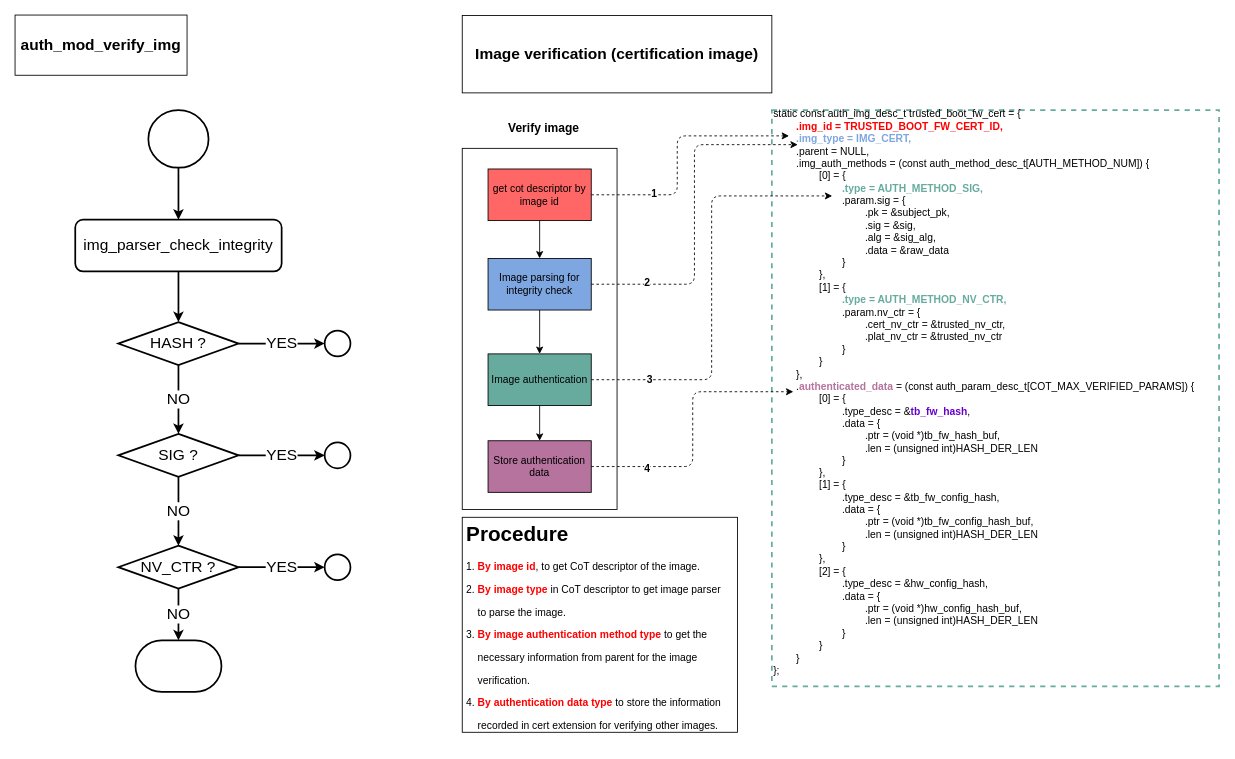
Above: page "auth_mod_verify_img" (1 of 7) of mbedx509_parser.drawio in daichin/secureboot (draw.io), before the change. Source tidied: cells renumbered, new cells numbered last; positions are measured from the earlier drawing's top-left corner, leaving out a move shared by most shapes. Both pictures are drawn from the tidied source at 86%, with x=0, y=0 at pixel (15, 15).
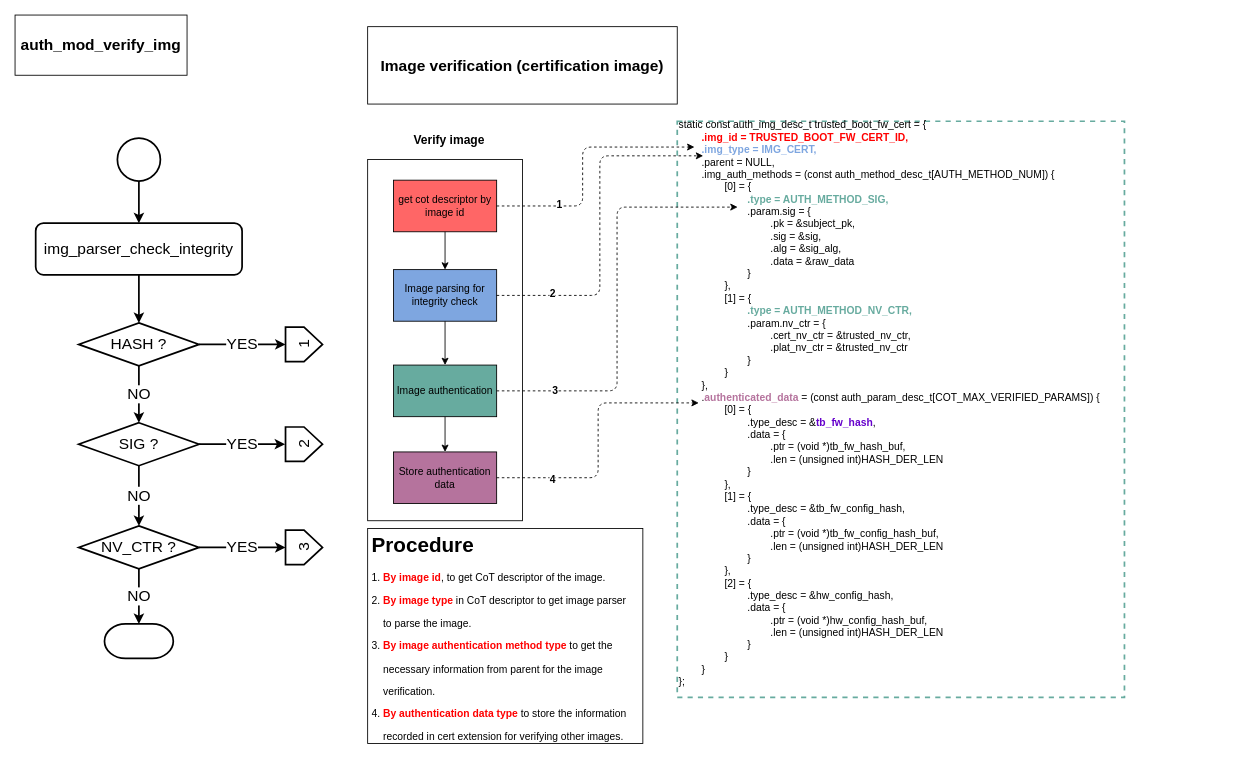
The same diagram, later.

Unchanged cells that the change refers to:
```xml
<mxCell id="23" value="get cot descriptor by image id" style="rounded=0;whiteSpace=wrap;html=1;strokeColor=#000000;align=center;fillColor=#FF6666;" parent="21" vertex="1">
  <mxGeometry x="30" y="24" width="120" height="60" as="geometry" />
</mxCell>
```

Diff of the diagram source:
```diff
@@
     <mxCell id="3" value="img_parser_check_integrity" style="rounded=1;whiteSpace=wrap;html=1;fontSize=18;strokeWidth=2;" parent="1" vertex="1">
-      <mxGeometry x="70" y="238" width="240" height="60" as="geometry" />
+      <mxGeometry x="24" y="242" width="240" height="60" as="geometry" />
     </mxCell>
@@
-    <mxCell id="6" value="YES" style="edgeStyle=orthogonalEdgeStyle;rounded=0;jettySize=auto;html=1;strokeWidth=2;fontStyle=0;fontSize=18;" parent="1" edge="1" source="7" target="15">
+    <mxCell id="6" value="YES" style="edgeStyle=orthogonalEdgeStyle;rounded=0;jettySize=auto;html=1;strokeWidth=2;fontStyle=0;fontSize=18;entryX=0.5;entryY=0;entryDx=0;entryDy=0;" parent="1" edge="1" source="7" target="43">
       <mxGeometry relative="1" as="geometry" />
     </mxCell>
     <mxCell id="7" value="HASH ?" style="strokeWidth=2;html=1;shape=mxgraph.flowchart.decision;whiteSpace=wrap;fontSize=18;" parent="1" vertex="1">
-      <mxGeometry x="120" y="357" width="140" height="50" as="geometry" />
+      <mxGeometry x="74" y="358" width="140" height="50" as="geometry" />
     </mxCell>
@@
-    <mxCell id="9" value="YES" style="edgeStyle=orthogonalEdgeStyle;rounded=0;jettySize=auto;html=1;strokeWidth=2;fontStyle=0;fontSize=18;" parent="1" edge="1" source="10" target="16">
-      <mxGeometry relative="1" as="geometry" />
+    <mxCell id="9" value="YES" style="edgeStyle=orthogonalEdgeStyle;rounded=0;jettySize=auto;html=1;strokeWidth=2;fontStyle=0;fontSize=18;" parent="1" edge="1" source="10">
+      <mxGeometry relative="1" as="geometry">
+        <mxPoint x="314" y="499" as="targetPoint" />
+      </mxGeometry>
     </mxCell>
     <mxCell id="10" value="SIG ?" style="strokeWidth=2;html=1;shape=mxgraph.flowchart.decision;whiteSpace=wrap;fontSize=18;" parent="1" vertex="1">
-      <mxGeometry x="120" y="487" width="140" height="50" as="geometry" />
+      <mxGeometry x="74" y="474" width="140" height="50" as="geometry" />
     </mxCell>
@@
-    <mxCell id="12" value="YES" style="edgeStyle=orthogonalEdgeStyle;rounded=0;jettySize=auto;html=1;strokeWidth=2;fontStyle=0;fontSize=18;" parent="1" edge="1" source="13" target="17">
+    <mxCell id="12" value="YES" style="edgeStyle=orthogonalEdgeStyle;rounded=0;jettySize=auto;html=1;strokeWidth=2;fontStyle=0;fontSize=18;entryX=0.5;entryY=0;entryDx=0;entryDy=0;" parent="1" edge="1" source="13" target="45">
       <mxGeometry relative="1" as="geometry" />
     </mxCell>
     <mxCell id="13" value="NV_CTR ?" style="strokeWidth=2;html=1;shape=mxgraph.flowchart.decision;whiteSpace=wrap;fontSize=18;" parent="1" vertex="1">
-      <mxGeometry x="120" y="617" width="140" height="50" as="geometry" />
+      <mxGeometry x="74" y="594" width="140" height="50" as="geometry" />
     </mxCell>
     <mxCell id="14" style="strokeWidth=2;html=1;shape=mxgraph.flowchart.terminator;whiteSpace=wrap;" parent="1" vertex="1">
-      <mxGeometry x="140" y="727" width="100" height="60" as="geometry" />
+      <mxGeometry x="104" y="708" width="80" height="40" as="geometry" />
     </mxCell>
-    <mxCell id="15" style="verticalLabelPosition=bottom;verticalAlign=top;html=1;strokeWidth=2;shape=mxgraph.flowchart.on-page_reference;" parent="1" vertex="1">
-      <mxGeometry x="360" y="367" width="30" height="30" as="geometry" />
-    </mxCell>
-    <mxCell id="16" style="verticalLabelPosition=bottom;verticalAlign=top;html=1;strokeWidth=2;shape=mxgraph.flowchart.on-page_reference;" parent="1" vertex="1">
-      <mxGeometry x="360" y="497" width="30" height="30" as="geometry" />
-    </mxCell>
-    <mxCell id="17" style="verticalLabelPosition=bottom;verticalAlign=top;html=1;strokeWidth=2;shape=mxgraph.flowchart.on-page_reference;" parent="1" vertex="1">
-      <mxGeometry x="360" y="627" width="30" height="30" as="geometry" />
-    </mxCell>
@@
     <mxCell id="19" value="&lt;div&gt;&lt;div&gt;static const auth_img_desc_t trusted_boot_fw_cert = {&lt;/div&gt;&lt;div&gt;&lt;font color=&quot;#ff0000&quot;&gt;&lt;b&gt;&amp;nbsp; &amp;nbsp; &amp;nbsp; &amp;nbsp; .img_id = TRUSTED_BOOT_FW_CERT_ID,&amp;nbsp;&lt;/b&gt;&lt;/font&gt;&lt;/div&gt;&lt;div&gt;&lt;font color=&quot;#7ea6e0&quot;&gt;&lt;b&gt;&amp;nbsp; &amp;nbsp; &amp;nbsp; &amp;nbsp; .img_type = IMG_CERT,&lt;/b&gt;&lt;/font&gt;&lt;/div&gt;&lt;div&gt;&amp;nbsp; &amp;nbsp; &amp;nbsp; &amp;nbsp; .parent = NULL,&lt;/div&gt;&lt;div&gt;&amp;nbsp; &amp;nbsp; &amp;nbsp; &amp;nbsp; .img_auth_methods = (const auth_method_desc_t[AUTH_METHOD_NUM]) {&lt;/div&gt;&lt;div&gt;&amp;nbsp; &amp;nbsp; &amp;nbsp; &amp;nbsp; &amp;nbsp; &amp;nbsp; &amp;nbsp; &amp;nbsp; [0] = {&lt;/div&gt;&lt;div&gt;&lt;font color=&quot;#67ab9f&quot;&gt;&lt;b&gt;&amp;nbsp; &amp;nbsp; &amp;nbsp; &amp;nbsp; &amp;nbsp; &amp;nbsp; &amp;nbsp; &amp;nbsp; &amp;nbsp; &amp;nbsp; &amp;nbsp; &amp;nbsp; .type = AUTH_METHOD_SIG,&lt;/b&gt;&lt;/font&gt;&lt;/div&gt;&lt;div&gt;&amp;nbsp; &amp;nbsp; &amp;nbsp; &amp;nbsp; &amp;nbsp; &amp;nbsp; &amp;nbsp; &amp;nbsp; &amp;nbsp; &amp;nbsp; &amp;nbsp; &amp;nbsp; .param.sig = {&lt;/div&gt;&lt;div&gt;&amp;nbsp; &amp;nbsp; &amp;nbsp; &amp;nbsp; &amp;nbsp; &amp;nbsp; &amp;nbsp; &amp;nbsp; &amp;nbsp; &amp;nbsp; &amp;nbsp; &amp;nbsp; &amp;nbsp; &amp;nbsp; &amp;nbsp; &amp;nbsp; .pk = &amp;amp;subject_pk,&lt;/div&gt;&lt;div&gt;&amp;nbsp; &amp;nbsp; &amp;nbsp; &amp;nbsp; &amp;nbsp; &amp;nbsp; &amp;nbsp; &amp;nbsp; &amp;nbsp; &amp;nbsp; &amp;nbsp; &amp;nbsp; &amp;nbsp; &amp;nbsp; &amp;nbsp; &amp;nbsp; .sig = &amp;amp;sig,&lt;/div&gt;&lt;div&gt;&amp;nbsp; &amp;nbsp; &amp;nbsp; &amp;nbsp; &amp;nbsp; &amp;nbsp; &amp;nbsp; &amp;nbsp; &amp;nbsp; &amp;nbsp; &amp;nbsp; &amp;nbsp; &amp;nbsp; &amp;nbsp; &amp;nbsp; &amp;nbsp; .alg = &amp;amp;sig_alg,&lt;/div&gt;&lt;div&gt;&amp;nbsp; &amp;nbsp; &amp;nbsp; &amp;nbsp; &amp;nbsp; &amp;nbsp; &amp;nbsp; &amp;nbsp; &amp;nbsp; &amp;nbsp; &amp;nbsp; &amp;nbsp; &amp;nbsp; &amp;nbsp; &amp;nbsp; &amp;nbsp; .data = &amp;amp;raw_data&lt;/div&gt;&lt;div&gt;&amp;nbsp; &amp;nbsp; &amp;nbsp; &amp;nbsp; &amp;nbsp; &amp;nbsp; &amp;nbsp; &amp;nbsp; &amp;nbsp; &amp;nbsp; &amp;nbsp; &amp;nbsp; }&lt;/div&gt;&lt;div&gt;&amp;nbsp; &amp;nbsp; &amp;nbsp; &amp;nbsp; &amp;nbsp; &amp;nbsp; &amp;nbsp; &amp;nbsp; },&lt;/div&gt;&lt;div&gt;&amp;nbsp; &amp;nbsp; &amp;nbsp; &amp;nbsp; &amp;nbsp; &amp;nbsp; &amp;nbsp; &amp;nbsp; [1] = {&lt;/div&gt;&lt;div&gt;&lt;font color=&quot;#67ab9f&quot;&gt;&lt;b&gt;&amp;nbsp; &amp;nbsp; &amp;nbsp; &amp;nbsp; &amp;nbsp; &amp;nbsp; &amp;nbsp; &amp;nbsp; &amp;nbsp; &amp;nbsp; &amp;nbsp; &amp;nbsp; .type = AUTH_METHOD_NV_CTR,&lt;/b&gt;&lt;/font&gt;&lt;/div&gt;&lt;div&gt;&amp;nbsp; &amp;nbsp; &amp;nbsp; &amp;nbsp; &amp;nbsp; &amp;nbsp; &amp;nbsp; &amp;nbsp; &amp;nbsp; &amp;nbsp; &amp;nbsp; &amp;nbsp; .param.nv_ctr = {&lt;/div&gt;&lt;div&gt;&amp;nbsp; &amp;nbsp; &amp;nbsp; &amp;nbsp; &amp;nbsp; &amp;nbsp; &amp;nbsp; &amp;nbsp; &amp;nbsp; &amp;nbsp; &amp;nbsp; &amp;nbsp; &amp;nbsp; &amp;nbsp; &amp;nbsp; &amp;nbsp; .cert_nv_ctr = &amp;amp;trusted_nv_ctr,&lt;/div&gt;&lt;div&gt;&amp;nbsp; &amp;nbsp; &amp;nbsp; &amp;nbsp; &amp;nbsp; &amp;nbsp; &amp;nbsp; &amp;nbsp; &amp;nbsp; &amp;nbsp; &amp;nbsp; &amp;nbsp; &amp;nbsp; &amp;nbsp; &amp;nbsp; &amp;nbsp; .plat_nv_ctr = &amp;amp;trusted_nv_ctr&lt;/div&gt;&lt;div&gt;&amp;nbsp; &amp;nbsp; &amp;nbsp; &amp;nbsp; &amp;nbsp; &amp;nbsp; &amp;nbsp; &amp;nbsp; &amp;nbsp; &amp;nbsp; &amp;nbsp; &amp;nbsp; }&lt;/div&gt;&lt;div&gt;&amp;nbsp; &amp;nbsp; &amp;nbsp; &amp;nbsp; &amp;nbsp; &amp;nbsp; &amp;nbsp; &amp;nbsp; }&lt;/div&gt;&lt;div&gt;&amp;nbsp; &amp;nbsp; &amp;nbsp; &amp;nbsp; },&lt;/div&gt;&lt;div&gt;&amp;nbsp; &amp;nbsp; &amp;nbsp; &amp;nbsp; .&lt;font color=&quot;#b5739d&quot;&gt;&lt;b&gt;authenticated_data &lt;/b&gt;&lt;/font&gt;= (const auth_param_desc_t[COT_MAX_VERIFIED_PARAMS]) {&lt;/div&gt;&lt;div&gt;&amp;nbsp; &amp;nbsp; &amp;nbsp; &amp;nbsp; &amp;nbsp; &amp;nbsp; &amp;nbsp; &amp;nbsp; [0] = {&lt;/div&gt;&lt;div&gt;&amp;nbsp; &amp;nbsp; &amp;nbsp; &amp;nbsp; &amp;nbsp; &amp;nbsp; &amp;nbsp; &amp;nbsp; &amp;nbsp; &amp;nbsp; &amp;nbsp; &amp;nbsp; .type_desc = &amp;amp;&lt;font color=&quot;#6600cc&quot;&gt;&lt;b&gt;tb_fw_hash&lt;/b&gt;&lt;/font&gt;,&lt;/div&gt;&lt;div&gt;&amp;nbsp; &amp;nbsp; &amp;nbsp; &amp;nbsp; &amp;nbsp; &amp;nbsp; &amp;nbsp; &amp;nbsp; &amp;nbsp; &amp;nbsp; &amp;nbsp; &amp;nbsp; .data = {&lt;/div&gt;&lt;div&gt;&amp;nbsp; &amp;nbsp; &amp;nbsp; &amp;nbsp; &amp;nbsp; &amp;nbsp; &amp;nbsp; &amp;nbsp; &amp;nbsp; &amp;nbsp; &amp;nbsp; &amp;nbsp; &amp;nbsp; &amp;nbsp; &amp;nbsp; &amp;nbsp; .ptr = (void *)tb_fw_hash_buf,&lt;/div&gt;&lt;div&gt;&amp;nbsp; &amp;nbsp; &amp;nbsp; &amp;nbsp; &amp;nbsp; &amp;nbsp; &amp;nbsp; &amp;nbsp; &amp;nbsp; &amp;nbsp; &amp;nbsp; &amp;nbsp; &amp;nbsp; &amp;nbsp; &amp;nbsp; &amp;nbsp; .len = (unsigned int)HASH_DER_LEN&lt;/div&gt;&lt;div&gt;&amp;nbsp; &amp;nbsp; &amp;nbsp; &amp;nbsp; &amp;nbsp; &amp;nbsp; &amp;nbsp; &amp;nbsp; &amp;nbsp; &amp;nbsp; &amp;nbsp; &amp;nbsp; }&lt;/div&gt;&lt;div&gt;&amp;nbsp; &amp;nbsp; &amp;nbsp; &amp;nbsp; &amp;nbsp; &amp;nbsp; &amp;nbsp; &amp;nbsp; },&lt;/div&gt;&lt;div&gt;&amp;nbsp; &amp;nbsp; &amp;nbsp; &amp;nbsp; &amp;nbsp; &amp;nbsp; &amp;nbsp; &amp;nbsp; [1] = {&lt;/div&gt;&lt;div&gt;&amp;nbsp; &amp;nbsp; &amp;nbsp; &amp;nbsp; &amp;nbsp; &amp;nbsp; &amp;nbsp; &amp;nbsp; &amp;nbsp; &amp;nbsp; &amp;nbsp; &amp;nbsp; .type_desc = &amp;amp;tb_fw_config_hash,&lt;/div&gt;&lt;div&gt;&amp;nbsp; &amp;nbsp; &amp;nbsp; &amp;nbsp; &amp;nbsp; &amp;nbsp; &amp;nbsp; &amp;nbsp; &amp;nbsp; &amp;nbsp; &amp;nbsp; &amp;nbsp; .data = {&lt;/div&gt;&lt;div&gt;&amp;nbsp; &amp;nbsp; &amp;nbsp; &amp;nbsp; &amp;nbsp; &amp;nbsp; &amp;nbsp; &amp;nbsp; &amp;nbsp; &amp;nbsp; &amp;nbsp; &amp;nbsp; &amp;nbsp; &amp;nbsp; &amp;nbsp; &amp;nbsp; .ptr = (void *)tb_fw_config_hash_buf,&lt;/div&gt;&lt;div&gt;&amp;nbsp; &amp;nbsp; &amp;nbsp; &amp;nbsp; &amp;nbsp; &amp;nbsp; &amp;nbsp; &amp;nbsp; &amp;nbsp; &amp;nbsp; &amp;nbsp; &amp;nbsp; &amp;nbsp; &amp;nbsp; &amp;nbsp; &amp;nbsp; .len = (unsigned int)HASH_DER_LEN&lt;/div&gt;&lt;div&gt;&amp;nbsp; &amp;nbsp; &amp;nbsp; &amp;nbsp; &amp;nbsp; &amp;nbsp; &amp;nbsp; &amp;nbsp; &amp;nbsp; &amp;nbsp; &amp;nbsp; &amp;nbsp; }&lt;/div&gt;&lt;div&gt;&amp;nbsp; &amp;nbsp; &amp;nbsp; &amp;nbsp; &amp;nbsp; &amp;nbsp; &amp;nbsp; &amp;nbsp; },&lt;/div&gt;&lt;div&gt;&amp;nbsp; &amp;nbsp; &amp;nbsp; &amp;nbsp; &amp;nbsp; &amp;nbsp; &amp;nbsp; &amp;nbsp; [2] = {&lt;/div&gt;&lt;div&gt;&amp;nbsp; &amp;nbsp; &amp;nbsp; &amp;nbsp; &amp;nbsp; &amp;nbsp; &amp;nbsp; &amp;nbsp; &amp;nbsp; &amp;nbsp; &amp;nbsp; &amp;nbsp; .type_desc = &amp;amp;hw_config_hash,&lt;/div&gt;&lt;div&gt;&amp;nbsp; &amp;nbsp; &amp;nbsp; &amp;nbsp; &amp;nbsp; &amp;nbsp; &amp;nbsp; &amp;nbsp; &amp;nbsp; &amp;nbsp; &amp;nbsp; &amp;nbsp; .data = {&lt;/div&gt;&lt;div&gt;&amp;nbsp; &amp;nbsp; &amp;nbsp; &amp;nbsp; &amp;nbsp; &amp;nbsp; &amp;nbsp; &amp;nbsp; &amp;nbsp; &amp;nbsp; &amp;nbsp; &amp;nbsp; &amp;nbsp; &amp;nbsp; &amp;nbsp; &amp;nbsp; .ptr = (void *)hw_config_hash_buf,&lt;/div&gt;&lt;div&gt;&amp;nbsp; &amp;nbsp; &amp;nbsp; &amp;nbsp; &amp;nbsp; &amp;nbsp; &amp;nbsp; &amp;nbsp; &amp;nbsp; &amp;nbsp; &amp;nbsp; &amp;nbsp; &amp;nbsp; &amp;nbsp; &amp;nbsp; &amp;nbsp; .len = (unsigned int)HASH_DER_LEN&lt;/div&gt;&lt;div&gt;&amp;nbsp; &amp;nbsp; &amp;nbsp; &amp;nbsp; &amp;nbsp; &amp;nbsp; &amp;nbsp; &amp;nbsp; &amp;nbsp; &amp;nbsp; &amp;nbsp; &amp;nbsp; }&lt;/div&gt;&lt;div&gt;&amp;nbsp; &amp;nbsp; &amp;nbsp; &amp;nbsp; &amp;nbsp; &amp;nbsp; &amp;nbsp; &amp;nbsp; }&lt;/div&gt;&lt;div&gt;&amp;nbsp; &amp;nbsp; &amp;nbsp; &amp;nbsp; }&lt;/div&gt;&lt;div&gt;};&lt;/div&gt;&lt;/div&gt;&lt;div&gt;&lt;br&gt;&lt;/div&gt;" style="rounded=0;whiteSpace=wrap;html=1;align=left;dashed=1;strokeColor=#67AB9F;strokeWidth=2;" parent="1" vertex="1">
-      <mxGeometry x="880" y="110.5" width="520" height="670" as="geometry" />
+      <mxGeometry x="770" y="123.5" width="520" height="670" as="geometry" />
     </mxCell>
     <mxCell id="20" value="Image verification (certification image)" style="text;html=1;strokeColor=#000000;fillColor=none;align=center;verticalAlign=middle;whiteSpace=wrap;rounded=0;fontSize=18;fontStyle=1;" parent="1" vertex="1">
-      <mxGeometry x="520" y="0.5" width="360" height="90" as="geometry" />
+      <mxGeometry x="410" y="13.5" width="360" height="90" as="geometry" />
     </mxCell>
     <mxCell id="21" style="group;" parent="1" vertex="1">
-      <mxGeometry x="520" y="155" width="180" height="420" as="geometry" />
+      <mxGeometry x="410" y="168" width="180" height="420" as="geometry" />
     </mxCell>
@@
     <mxCell id="30" value="&lt;b&gt;&lt;font style=&quot;font-size: 14px&quot;&gt;Verify image&lt;/font&gt;&lt;/b&gt;" style="text;html=1;strokeColor=none;fillColor=none;align=center;verticalAlign=middle;whiteSpace=wrap;rounded=0;" parent="1" vertex="1">
-      <mxGeometry x="560" y="122" width="110" height="20" as="geometry" />
+      <mxGeometry x="450" y="135" width="110" height="20" as="geometry" />
     </mxCell>
     <mxCell id="31" style="edgeStyle=elbowEdgeStyle;elbow=horizontal;endArrow=classic;html=1;dashed=1;fontSize=12;exitX=1;exitY=0.5;exitDx=0;exitDy=0;" parent="1" edge="1" source="23">
       <mxGeometry relative="1" as="geometry">
-        <mxPoint x="900" y="140.5" as="targetPoint" />
+        <mxPoint x="790" y="153.5" as="targetPoint" />
         <Array as="points">
-          <mxPoint x="770" y="180.5" />
+          <mxPoint x="660" y="193.5" />
         </Array>
       </mxGeometry>
     </mxCell>
@@
     <mxCell id="39" style="rounded=0;whiteSpace=wrap;html=1;dashed=1;strokeColor=#67AB9F;fontSize=12;align=left;" parent="1" vertex="1">
-      <mxGeometry x="905" y="430.5" height="15" as="geometry" />
+      <mxGeometry x="795" y="443.5" height="15" as="geometry" />
     </mxCell>
     <mxCell id="40" value="&lt;h1&gt;Procedure&lt;/h1&gt;&lt;p&gt;1. &lt;font color=&quot;#ff0000&quot;&gt;&lt;b&gt;By image id&lt;/b&gt;&lt;/font&gt;, to&amp;nbsp;&lt;span&gt;get CoT descriptor of the image.&lt;/span&gt;&lt;/p&gt;&lt;p&gt;2. &lt;font color=&quot;#ff0000&quot;&gt;&lt;b&gt;By image type&lt;/b&gt;&lt;/font&gt; in CoT descriptor to get image parser&amp;nbsp;&lt;/p&gt;&lt;p&gt;&amp;nbsp; &amp;nbsp; to parse the image.&lt;/p&gt;&lt;p&gt;3. &lt;b&gt;&lt;font color=&quot;#ff0000&quot;&gt;By image authentication method type&lt;/font&gt;&lt;/b&gt; to get the&amp;nbsp;&lt;/p&gt;&lt;p&gt;&amp;nbsp; &amp;nbsp; necessary&amp;nbsp;&lt;span&gt;information from parent for the image&amp;nbsp;&lt;/span&gt;&lt;/p&gt;&lt;p&gt;&lt;span&gt;&amp;nbsp; &amp;nbsp; verification.&lt;/span&gt;&lt;/p&gt;&lt;p&gt;4. &lt;b&gt;&lt;font color=&quot;#ff0000&quot;&gt;By authentication data type&lt;/font&gt;&lt;/b&gt; to store the information&amp;nbsp;&amp;nbsp;&lt;/p&gt;&lt;p&gt;&amp;nbsp; &amp;nbsp; recorded in cert extension for verifying other images.&lt;/p&gt;&lt;p&gt;&lt;br&gt;&lt;/p&gt;" style="text;html=1;strokeColor=#000000;fillColor=none;spacing=5;spacingTop=-20;whiteSpace=wrap;overflow=hidden;rounded=0;fontSize=12;align=left;" parent="1" vertex="1">
-      <mxGeometry x="520" y="584" width="320" height="250" as="geometry" />
+      <mxGeometry x="410" y="597" width="320" height="250" as="geometry" />
     </mxCell>
@@
     <mxCell id="42" style="strokeWidth=2;html=1;shape=mxgraph.flowchart.start_2;whiteSpace=wrap;fontSize=18;" parent="1" vertex="1">
-      <mxGeometry x="155" y="110.5" width="70" height="67" as="geometry" />
+      <mxGeometry x="119" y="143" width="50" height="50" as="geometry" />
     </mxCell>
+    <mxCell id="43" value="1" style="verticalLabelPosition=middle;verticalAlign=middle;strokeWidth=2;shape=offPageConnector;rounded=0;size=0.5;rotation=-90;horizontal=1;labelPosition=center;align=center;html=1;fontSize=18;gradientColor=none;shadow=0;direction=east;flipV=0;" parent="1" vertex="1">
+      <mxGeometry x="316" y="361.5" width="40" height="43" as="geometry" />
+    </mxCell>
+    <mxCell id="44" value="2" style="verticalLabelPosition=middle;verticalAlign=middle;strokeWidth=2;shape=offPageConnector;rounded=0;size=0.5;rotation=-90;horizontal=1;labelPosition=center;align=center;html=1;fontSize=18;gradientColor=none;shadow=0;direction=east;flipV=0;" parent="1" vertex="1">
+      <mxGeometry x="316" y="477.5" width="40" height="43" as="geometry" />
+    </mxCell>
+    <mxCell id="45" value="3" style="verticalLabelPosition=middle;verticalAlign=middle;strokeWidth=2;shape=offPageConnector;rounded=0;size=0.5;rotation=-90;horizontal=1;labelPosition=center;align=center;html=1;fontSize=18;gradientColor=none;shadow=0;direction=east;flipV=0;" parent="1" vertex="1">
+      <mxGeometry x="316" y="597.5" width="40" height="43" as="geometry" />
+    </mxCell>
```
